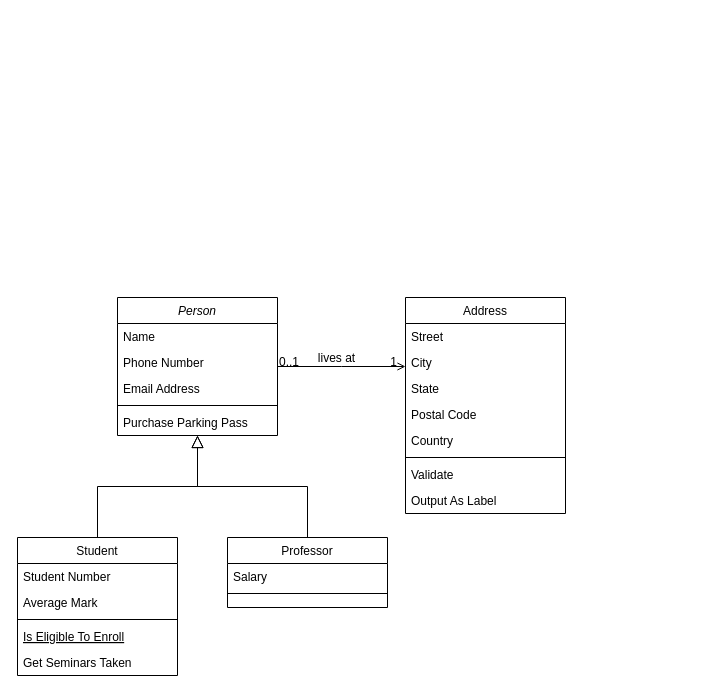
Above: DiagramaUML.drawio in F-Azevedo/Prog3-Trabalho1 (draw.io), before the change. Source tidied: cells renumbered, new cells numbered last; positions are measured from the earlier drawing's top-left corner, leaving out a move shared by most shapes. Both pictures are drawn from the tidied source at 100%, with x=0, y=0 at pixel (17, 297).
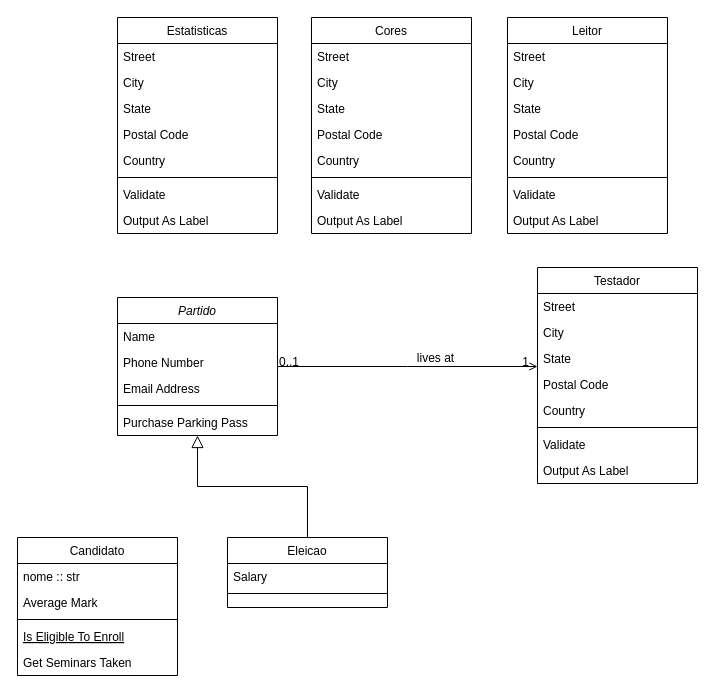
After the change.

Diff of the diagram source:
```diff
@@
-    <mxCell id="2" value="Person" style="swimlane;fontStyle=2;align=center;verticalAlign=top;horizontal=1;startSize=26;rounded=0;shadow=0;strokeWidth=1;" parent="1" vertex="1">
+    <mxCell id="2" value="Partido" style="swimlane;fontStyle=2;align=center;verticalAlign=top;horizontal=1;startSize=26;rounded=0;shadow=0;strokeWidth=1;" parent="1" vertex="1">
       <mxGeometry x="100" width="160" height="138" as="geometry" />
     </mxCell>
@@
-    <mxCell id="8" value="Student" style="swimlane;fontStyle=0;align=center;verticalAlign=top;horizontal=1;startSize=26;rounded=0;shadow=0;strokeWidth=1;" parent="1" vertex="1">
+    <mxCell id="8" value="Candidato" style="swimlane;fontStyle=0;align=center;verticalAlign=top;horizontal=1;startSize=26;rounded=0;shadow=0;strokeWidth=1;" parent="1" vertex="1">
       <mxGeometry y="240" width="160" height="138" as="geometry" />
     </mxCell>
-    <mxCell id="9" value="Student Number" style="text;align=left;verticalAlign=top;spacingLeft=4;spacingRight=4;overflow=hidden;" parent="8" vertex="1">
+    <mxCell id="9" value="nome :: str" style="text;align=left;verticalAlign=top;spacingLeft=4;spacingRight=4;overflow=hidden;" parent="8" vertex="1">
       <mxGeometry y="26" width="160" height="26" as="geometry" />
     </mxCell>
@@
-    <mxCell id="14" style="endArrow=block;endSize=10;endFill=0;shadow=0;strokeWidth=1;rounded=0;edgeStyle=elbowEdgeStyle;elbow=vertical;" parent="1" edge="1" source="8" target="2">
-      <mxGeometry relative="1" as="geometry" />
-    </mxCell>
-    <mxCell id="15" value="Professor" style="swimlane;fontStyle=0;align=center;verticalAlign=top;horizontal=1;startSize=26;rounded=0;shadow=0;strokeWidth=1;" parent="1" vertex="1">
+    <mxCell id="15" value="Eleicao" style="swimlane;fontStyle=0;align=center;verticalAlign=top;horizontal=1;startSize=26;rounded=0;shadow=0;strokeWidth=1;" parent="1" vertex="1">
       <mxGeometry x="210" y="240" width="160" height="70" as="geometry" />
     </mxCell>
@@
-    <mxCell id="19" value="Address" style="swimlane;fontStyle=0;align=center;verticalAlign=top;horizontal=1;startSize=26;rounded=0;shadow=0;strokeWidth=1;" parent="1" vertex="1">
-      <mxGeometry x="388" width="160" height="216" as="geometry" />
+    <mxCell id="19" value="Testador" style="swimlane;fontStyle=0;align=center;verticalAlign=top;horizontal=1;startSize=26;rounded=0;shadow=0;strokeWidth=1;" parent="1" vertex="1">
+      <mxGeometry x="520" y="-30" width="160" height="216" as="geometry" />
     </mxCell>
@@
+    <mxCell id="32" value="Leitor" style="swimlane;fontStyle=0;align=center;verticalAlign=top;horizontal=1;startSize=26;rounded=0;shadow=0;strokeWidth=1;" parent="1" vertex="1">
+      <mxGeometry x="490" y="-280" width="160" height="216" as="geometry" />
+    </mxCell>
+    <mxCell id="33" value="Street" style="text;align=left;verticalAlign=top;spacingLeft=4;spacingRight=4;overflow=hidden;" parent="32" vertex="1">
+      <mxGeometry y="26" width="160" height="26" as="geometry" />
+    </mxCell>
+    <mxCell id="34" value="City" style="text;align=left;verticalAlign=top;spacingLeft=4;spacingRight=4;overflow=hidden;rounded=0;shadow=0;html=0;" parent="32" vertex="1">
+      <mxGeometry y="52" width="160" height="26" as="geometry" />
+    </mxCell>
+    <mxCell id="35" value="State" style="text;align=left;verticalAlign=top;spacingLeft=4;spacingRight=4;overflow=hidden;rounded=0;shadow=0;html=0;" parent="32" vertex="1">
+      <mxGeometry y="78" width="160" height="26" as="geometry" />
+    </mxCell>
+    <mxCell id="36" value="Postal Code" style="text;align=left;verticalAlign=top;spacingLeft=4;spacingRight=4;overflow=hidden;rounded=0;shadow=0;html=0;" parent="32" vertex="1">
+      <mxGeometry y="104" width="160" height="26" as="geometry" />
+    </mxCell>
+    <mxCell id="37" value="Country" style="text;align=left;verticalAlign=top;spacingLeft=4;spacingRight=4;overflow=hidden;rounded=0;shadow=0;html=0;" parent="32" vertex="1">
+      <mxGeometry y="130" width="160" height="26" as="geometry" />
+    </mxCell>
+    <mxCell id="38" style="line;html=1;strokeWidth=1;align=left;verticalAlign=middle;spacingTop=-1;spacingLeft=3;spacingRight=3;labelPosition=right;" parent="32" vertex="1">
+      <mxGeometry y="156" width="160" height="8" as="geometry" />
+    </mxCell>
+    <mxCell id="39" value="Validate" style="text;align=left;verticalAlign=top;spacingLeft=4;spacingRight=4;overflow=hidden;" parent="32" vertex="1">
+      <mxGeometry y="164" width="160" height="26" as="geometry" />
+    </mxCell>
+    <mxCell id="40" value="Output As Label" style="text;align=left;verticalAlign=top;spacingLeft=4;spacingRight=4;overflow=hidden;" parent="32" vertex="1">
+      <mxGeometry y="190" width="160" height="26" as="geometry" />
+    </mxCell>
+    <mxCell id="41" value="Cores" style="swimlane;fontStyle=0;align=center;verticalAlign=top;horizontal=1;startSize=26;rounded=0;shadow=0;strokeWidth=1;" parent="1" vertex="1">
+      <mxGeometry x="294" y="-280" width="160" height="216" as="geometry" />
+    </mxCell>
+    <mxCell id="42" value="Street" style="text;align=left;verticalAlign=top;spacingLeft=4;spacingRight=4;overflow=hidden;" parent="41" vertex="1">
+      <mxGeometry y="26" width="160" height="26" as="geometry" />
+    </mxCell>
+    <mxCell id="43" value="City" style="text;align=left;verticalAlign=top;spacingLeft=4;spacingRight=4;overflow=hidden;rounded=0;shadow=0;html=0;" parent="41" vertex="1">
+      <mxGeometry y="52" width="160" height="26" as="geometry" />
+    </mxCell>
+    <mxCell id="44" value="State" style="text;align=left;verticalAlign=top;spacingLeft=4;spacingRight=4;overflow=hidden;rounded=0;shadow=0;html=0;" parent="41" vertex="1">
+      <mxGeometry y="78" width="160" height="26" as="geometry" />
+    </mxCell>
+    <mxCell id="45" value="Postal Code" style="text;align=left;verticalAlign=top;spacingLeft=4;spacingRight=4;overflow=hidden;rounded=0;shadow=0;html=0;" parent="41" vertex="1">
+      <mxGeometry y="104" width="160" height="26" as="geometry" />
+    </mxCell>
+    <mxCell id="46" value="Country" style="text;align=left;verticalAlign=top;spacingLeft=4;spacingRight=4;overflow=hidden;rounded=0;shadow=0;html=0;" parent="41" vertex="1">
+      <mxGeometry y="130" width="160" height="26" as="geometry" />
+    </mxCell>
+    <mxCell id="47" style="line;html=1;strokeWidth=1;align=left;verticalAlign=middle;spacingTop=-1;spacingLeft=3;spacingRight=3;labelPosition=right;" parent="41" vertex="1">
+      <mxGeometry y="156" width="160" height="8" as="geometry" />
+    </mxCell>
+    <mxCell id="48" value="Validate" style="text;align=left;verticalAlign=top;spacingLeft=4;spacingRight=4;overflow=hidden;" parent="41" vertex="1">
+      <mxGeometry y="164" width="160" height="26" as="geometry" />
+    </mxCell>
+    <mxCell id="49" value="Output As Label" style="text;align=left;verticalAlign=top;spacingLeft=4;spacingRight=4;overflow=hidden;" parent="41" vertex="1">
+      <mxGeometry y="190" width="160" height="26" as="geometry" />
+    </mxCell>
+    <mxCell id="50" value="Estatisticas" style="swimlane;fontStyle=0;align=center;verticalAlign=top;horizontal=1;startSize=26;rounded=0;shadow=0;strokeWidth=1;" parent="1" vertex="1">
+      <mxGeometry x="100" y="-280" width="160" height="216" as="geometry" />
+    </mxCell>
+    <mxCell id="51" value="Street" style="text;align=left;verticalAlign=top;spacingLeft=4;spacingRight=4;overflow=hidden;" parent="50" vertex="1">
+      <mxGeometry y="26" width="160" height="26" as="geometry" />
+    </mxCell>
+    <mxCell id="52" value="City" style="text;align=left;verticalAlign=top;spacingLeft=4;spacingRight=4;overflow=hidden;rounded=0;shadow=0;html=0;" parent="50" vertex="1">
+      <mxGeometry y="52" width="160" height="26" as="geometry" />
+    </mxCell>
+    <mxCell id="53" value="State" style="text;align=left;verticalAlign=top;spacingLeft=4;spacingRight=4;overflow=hidden;rounded=0;shadow=0;html=0;" parent="50" vertex="1">
+      <mxGeometry y="78" width="160" height="26" as="geometry" />
+    </mxCell>
+    <mxCell id="54" value="Postal Code" style="text;align=left;verticalAlign=top;spacingLeft=4;spacingRight=4;overflow=hidden;rounded=0;shadow=0;html=0;" parent="50" vertex="1">
+      <mxGeometry y="104" width="160" height="26" as="geometry" />
+    </mxCell>
+    <mxCell id="55" value="Country" style="text;align=left;verticalAlign=top;spacingLeft=4;spacingRight=4;overflow=hidden;rounded=0;shadow=0;html=0;" parent="50" vertex="1">
+      <mxGeometry y="130" width="160" height="26" as="geometry" />
+    </mxCell>
+    <mxCell id="56" style="line;html=1;strokeWidth=1;align=left;verticalAlign=middle;spacingTop=-1;spacingLeft=3;spacingRight=3;labelPosition=right;" parent="50" vertex="1">
+      <mxGeometry y="156" width="160" height="8" as="geometry" />
+    </mxCell>
+    <mxCell id="57" value="Validate" style="text;align=left;verticalAlign=top;spacingLeft=4;spacingRight=4;overflow=hidden;" parent="50" vertex="1">
+      <mxGeometry y="164" width="160" height="26" as="geometry" />
+    </mxCell>
+    <mxCell id="58" value="Output As Label" style="text;align=left;verticalAlign=top;spacingLeft=4;spacingRight=4;overflow=hidden;" parent="50" vertex="1">
+      <mxGeometry y="190" width="160" height="26" as="geometry" />
+    </mxCell>
```
